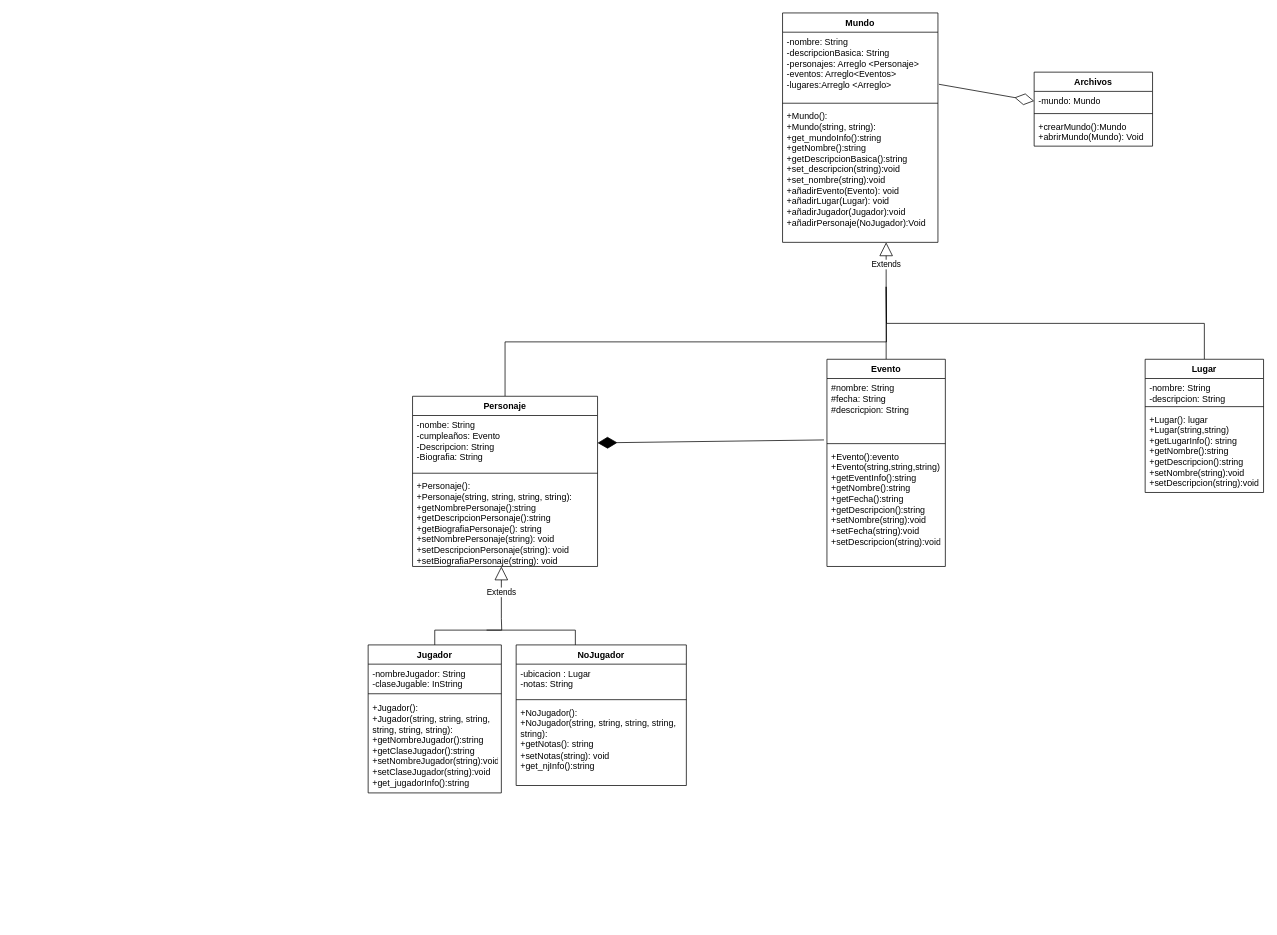
Above: Diagrama sin título.drawio in Jh700wolf/Worldbuilding-tool (draw.io), before the change. Source tidied: cells renumbered, new cells numbered last; positions are measured from the earlier drawing's top-left corner, leaving out a move shared by most shapes. Both pictures are drawn from the tidied source at 74%, with x=0, y=0 at pixel (368, 13).
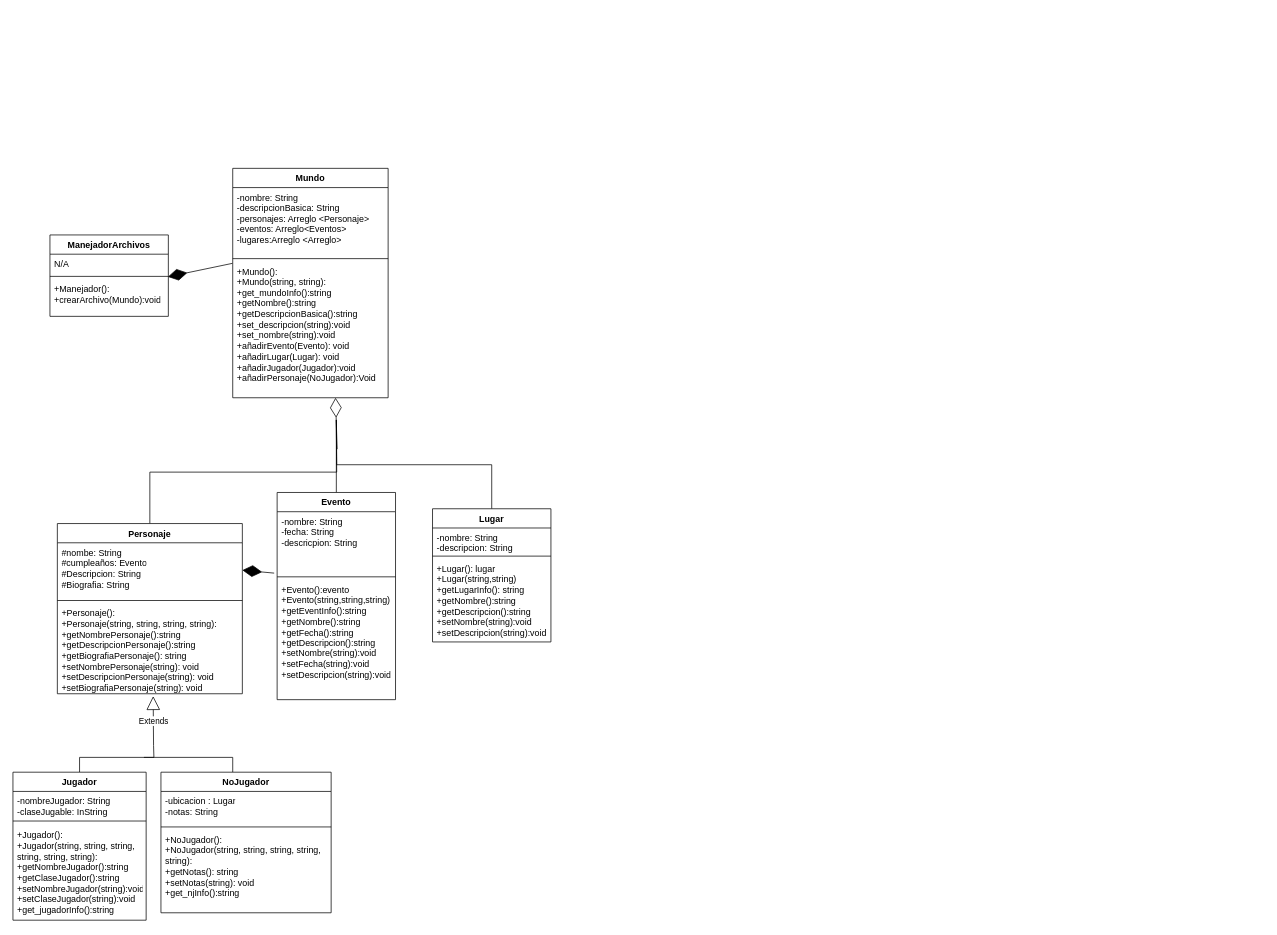
After the change.

The change refers to these unchanged cells:
```xml
<mxCell id="3" value="-nombre: String&lt;br&gt;-descripcionBasica: String&lt;br&gt;-personajes: Arreglo &amp;lt;Personaje&amp;gt;&lt;br&gt;-eventos: Arreglo&amp;lt;Eventos&amp;gt;&lt;br&gt;-lugares:Arreglo &amp;lt;Arreglo&amp;gt;" style="text;strokeColor=none;fillColor=none;align=left;verticalAlign=top;spacingLeft=4;spacingRight=4;overflow=hidden;points=[[0,0.5],[1,0.5]];portConstraint=eastwest;whiteSpace=wrap;html=1;" parent="2" vertex="1">
  <mxGeometry y="26" width="210" height="92" as="geometry" />
</mxCell>
<mxCell id="5" value="+Mundo():&lt;br&gt;+Mundo(string, string):&lt;br&gt;+get_mundoInfo():string&lt;br&gt;+getNombre():string&lt;br&gt;+getDescripcionBasica():string&lt;br&gt;+set_descripcion(string):void&lt;br&gt;+set_nombre(string):void&lt;br&gt;+añadirEvento(Evento): void&lt;br&gt;+añadirLugar(Lugar): void&lt;br&gt;+añadirJugador(Jugador):void&lt;br&gt;+añadirPersonaje(NoJugador):Void&lt;br&gt;" style="text;strokeColor=none;fillColor=none;align=left;verticalAlign=top;spacingLeft=4;spacingRight=4;overflow=hidden;points=[[0,0.5],[1,0.5]];portConstraint=eastwest;whiteSpace=wrap;html=1;" parent="2" vertex="1">
  <mxGeometry y="126" width="210" height="184" as="geometry" />
</mxCell>
<mxCell id="10" value="+Personaje():&lt;br&gt;+Personaje(string, string, string, string):&lt;br&gt;+getNombrePersonaje():string&lt;br&gt;+getDescripcionPersonaje():string&lt;br&gt;+getBiografiaPersonaje(): string&lt;br&gt;+setNombrePersonaje(string): void&lt;br style=&quot;border-color: var(--border-color);&quot;&gt;+setDescripcionPersonaje(string): void&lt;br style=&quot;border-color: var(--border-color);&quot;&gt;+setBiografiaPersonaje(string): void" style="text;strokeColor=none;fillColor=none;align=left;verticalAlign=top;spacingLeft=4;spacingRight=4;overflow=hidden;points=[[0,0.5],[1,0.5]];portConstraint=eastwest;whiteSpace=wrap;html=1;" parent="7" vertex="1">
  <mxGeometry y="108" width="250" height="122" as="geometry" />
</mxCell>
```

The edit, as a diff of the source:
```diff
@@
     <mxCell id="2" value="Mundo" style="swimlane;fontStyle=1;align=center;verticalAlign=top;horizontal=1;startSize=26;whiteSpace=wrap;html=1;" parent="1" vertex="1">
-      <mxGeometry x="560" width="210" height="310" as="geometry" />
+      <mxGeometry x="-183" y="210" width="210" height="310" as="geometry" />
     </mxCell>
@@
     <mxCell id="6" style="edgeStyle=orthogonalEdgeStyle;rounded=0;jettySize=auto;html=1;exitX=0.5;exitY=0;exitDx=0;exitDy=0;endArrow=none;endFill=0;" parent="1" edge="1" source="7">
       <mxGeometry relative="1" as="geometry">
-        <mxPoint x="700" y="370" as="targetPoint" />
+        <mxPoint x="-43" y="550" as="targetPoint" />
       </mxGeometry>
     </mxCell>
     <mxCell id="7" value="Personaje" style="swimlane;fontStyle=1;align=center;verticalAlign=top;horizontal=1;startSize=26;whiteSpace=wrap;html=1;" parent="1" vertex="1">
-      <mxGeometry x="60" y="518" width="250" height="230" as="geometry" />
+      <mxGeometry x="-420" y="690" width="250" height="230" as="geometry" />
     </mxCell>
-    <mxCell id="8" value="-nombe: String&lt;br&gt;-cumpleaños: Evento&lt;br&gt;-Descripcion: String&lt;br&gt;-Biografia: String" style="text;strokeColor=none;fillColor=none;align=left;verticalAlign=top;spacingLeft=4;spacingRight=4;overflow=hidden;points=[[0,0.5],[1,0.5]];portConstraint=eastwest;whiteSpace=wrap;html=1;" parent="7" vertex="1">
+    <mxCell id="8" value="#nombe: String&lt;br&gt;#cumpleaños: Evento&lt;br&gt;#Descripcion: String&lt;br&gt;#Biografia: String" style="text;strokeColor=none;fillColor=none;align=left;verticalAlign=top;spacingLeft=4;spacingRight=4;overflow=hidden;points=[[0,0.5],[1,0.5]];portConstraint=eastwest;whiteSpace=wrap;html=1;" parent="7" vertex="1">
       <mxGeometry y="26" width="250" height="74" as="geometry" />
     </mxCell>
@@
     <mxCell id="11" style="edgeStyle=orthogonalEdgeStyle;rounded=0;jettySize=auto;html=1;exitX=0.5;exitY=0;exitDx=0;exitDy=0;endArrow=none;endFill=0;" parent="1" edge="1" source="12">
       <mxGeometry relative="1" as="geometry">
-        <mxPoint x="700" y="370" as="targetPoint" />
+        <mxPoint x="-43" y="550" as="targetPoint" />
       </mxGeometry>
     </mxCell>
     <mxCell id="12" value="Evento" style="swimlane;fontStyle=1;align=center;verticalAlign=top;horizontal=1;startSize=26;whiteSpace=wrap;html=1;" parent="1" vertex="1">
-      <mxGeometry x="620" y="468" width="160" height="280" as="geometry" />
+      <mxGeometry x="-123" y="648" width="160" height="280" as="geometry" />
     </mxCell>
-    <mxCell id="13" value="#nombre: String&lt;br&gt;#fecha: String&lt;br&gt;#descricpion: String" style="text;strokeColor=none;fillColor=none;align=left;verticalAlign=top;spacingLeft=4;spacingRight=4;overflow=hidden;points=[[0,0.5],[1,0.5]];portConstraint=eastwest;whiteSpace=wrap;html=1;" parent="12" vertex="1">
+    <mxCell id="13" value="-nombre: String&lt;br&gt;-fecha: String&lt;br&gt;-descricpion: String" style="text;strokeColor=none;fillColor=none;align=left;verticalAlign=top;spacingLeft=4;spacingRight=4;overflow=hidden;points=[[0,0.5],[1,0.5]];portConstraint=eastwest;whiteSpace=wrap;html=1;" parent="12" vertex="1">
       <mxGeometry y="26" width="160" height="84" as="geometry" />
     </mxCell>
@@
     <mxCell id="16" style="edgeStyle=orthogonalEdgeStyle;rounded=0;jettySize=auto;html=1;exitX=0.5;exitY=0;exitDx=0;exitDy=0;endArrow=none;endFill=0;" parent="1" edge="1" source="17">
       <mxGeometry relative="1" as="geometry">
-        <mxPoint x="700" y="370" as="targetPoint" />
+        <mxPoint x="-43" y="550" as="targetPoint" />
       </mxGeometry>
     </mxCell>
     <mxCell id="17" value="Lugar" style="swimlane;fontStyle=1;align=center;verticalAlign=top;horizontal=1;startSize=26;whiteSpace=wrap;html=1;" parent="1" vertex="1">
-      <mxGeometry x="1050" y="468" width="160" height="180" as="geometry" />
+      <mxGeometry x="87" y="670" width="160" height="180" as="geometry" />
     </mxCell>
@@
-    <mxCell id="21" value="Archivos" style="swimlane;fontStyle=1;align=center;verticalAlign=top;horizontal=1;startSize=26;whiteSpace=wrap;html=1;" parent="1" vertex="1">
-      <mxGeometry x="900" y="80" width="160" height="100" as="geometry" />
-    </mxCell>
-    <mxCell id="22" value="-mundo: Mundo" style="text;strokeColor=none;fillColor=none;align=left;verticalAlign=top;spacingLeft=4;spacingRight=4;overflow=hidden;points=[[0,0.5],[1,0.5]];portConstraint=eastwest;whiteSpace=wrap;html=1;" parent="21" vertex="1">
-      <mxGeometry y="26" width="160" height="26" as="geometry" />
-    </mxCell>
-    <mxCell id="23" style="line;strokeWidth=1;fillColor=none;align=left;verticalAlign=middle;spacingTop=-1;spacingLeft=3;spacingRight=3;labelPosition=right;strokeColor=inherit;" parent="21" vertex="1">
-      <mxGeometry y="52" width="160" height="8" as="geometry" />
-    </mxCell>
-    <mxCell id="24" value="+crearMundo():Mundo&lt;br&gt;+abrirMundo(Mundo): Void" style="text;strokeColor=none;fillColor=none;align=left;verticalAlign=top;spacingLeft=4;spacingRight=4;overflow=hidden;whiteSpace=wrap;html=1;" parent="21" vertex="1">
-      <mxGeometry y="60" width="160" height="40" as="geometry" />
-    </mxCell>
-    <mxCell id="25" style="endArrow=diamondThin;endFill=0;endSize=24;html=1;rounded=0;entryX=0;entryY=0.5;entryDx=0;entryDy=0;exitX=1.006;exitY=0.765;exitDx=0;exitDy=0;exitPerimeter=0;" parent="1" edge="1" source="3" target="22">
-      <mxGeometry relative="1" as="geometry" />
-    </mxCell>
     <mxCell id="26" style="edgeStyle=orthogonalEdgeStyle;rounded=0;orthogonalLoop=1;jettySize=auto;html=1;endArrow=none;endFill=0;" parent="1" edge="1">
       <mxGeometry relative="1" as="geometry">
-        <mxPoint x="280" y="854" as="sourcePoint" />
-        <mxPoint x="160" y="834" as="targetPoint" />
+        <mxPoint x="-183" y="1026" as="sourcePoint" />
+        <mxPoint x="-303" y="1006" as="targetPoint" />
         <Array as="points">
-          <mxPoint x="280" y="834" />
+          <mxPoint x="-183" y="1006" />
         </Array>
       </mxGeometry>
     </mxCell>
-    <mxCell id="27" value="Extends" style="endArrow=block;endSize=16;endFill=0;html=1;rounded=0;" parent="1" edge="1">
-      <mxGeometry relative="1" as="geometry">
-        <mxPoint x="180" y="818" as="sourcePoint" />
-        <mxPoint x="180" y="748" as="targetPoint" />
-      </mxGeometry>
-    </mxCell>
-    <mxCell id="28" style="edgeStyle=orthogonalEdgeStyle;rounded=0;jettySize=auto;html=1;exitX=0.5;exitY=0;exitDx=0;exitDy=0;endArrow=none;endFill=0;" parent="1" edge="1" source="29">
-      <mxGeometry relative="1" as="geometry">
-        <mxPoint x="180" y="818" as="targetPoint" />
-      </mxGeometry>
-    </mxCell>
+    <mxCell id="39" style="edgeStyle=orthogonalEdgeStyle;rounded=0;jettySize=auto;html=1;exitX=0.5;exitY=0;exitDx=0;exitDy=0;endArrow=none;endFill=0;" parent="1" edge="1" source="29">
+      <mxGeometry relative="1" as="geometry">
+        <mxPoint x="-290" y="990" as="targetPoint" />
+      </mxGeometry>
+    </mxCell>
     <mxCell id="29" value="Jugador" style="swimlane;fontStyle=1;align=center;verticalAlign=top;horizontal=1;startSize=26;whiteSpace=wrap;html=1;" parent="1" vertex="1">
-      <mxGeometry y="854" width="180" height="200" as="geometry" />
+      <mxGeometry x="-480" y="1026" width="180" height="200" as="geometry" />
     </mxCell>
@@
     <mxCell id="33" value="NoJugador" style="swimlane;fontStyle=1;align=center;verticalAlign=top;horizontal=1;startSize=26;whiteSpace=wrap;html=1;" parent="1" vertex="1">
-      <mxGeometry x="200" y="854" width="230" height="190" as="geometry" />
+      <mxGeometry x="-280" y="1026" width="230" height="190" as="geometry" />
     </mxCell>
@@
-    <mxCell id="37" value="Extends" style="endArrow=block;endSize=16;endFill=0;html=1;rounded=0;" parent="1" edge="1">
-      <mxGeometry relative="1" as="geometry">
-        <mxPoint x="700" y="370" as="sourcePoint" />
-        <mxPoint x="700" y="310" as="targetPoint" />
-      </mxGeometry>
-    </mxCell>
@@
+    <mxCell id="40" value="ManejadorArchivos" style="swimlane;fontStyle=1;align=center;verticalAlign=top;horizontal=1;startSize=26;whiteSpace=wrap;html=1;" parent="1" vertex="1">
+      <mxGeometry x="-430" y="300" width="160" height="110" as="geometry" />
+    </mxCell>
+    <mxCell id="41" value="N/A" style="text;strokeColor=none;fillColor=none;align=left;verticalAlign=top;spacingLeft=4;spacingRight=4;overflow=hidden;whiteSpace=wrap;html=1;" parent="40" vertex="1">
+      <mxGeometry y="26" width="160" height="26" as="geometry" />
+    </mxCell>
+    <mxCell id="23" style="line;strokeWidth=1;fillColor=none;align=left;verticalAlign=middle;spacingTop=-1;spacingLeft=3;spacingRight=3;labelPosition=right;strokeColor=inherit;" parent="40" vertex="1">
+      <mxGeometry y="52" width="160" height="8" as="geometry" />
+    </mxCell>
+    <mxCell id="42" value="+Manejador():&lt;br&gt;+crearArchivo(Mundo):void" style="text;strokeColor=none;fillColor=none;align=left;verticalAlign=top;spacingLeft=4;spacingRight=4;overflow=hidden;points=[[0,0.5],[1,0.5]];portConstraint=eastwest;whiteSpace=wrap;html=1;" parent="40" vertex="1">
+      <mxGeometry y="60" width="160" height="50" as="geometry" />
+    </mxCell>
+    <mxCell id="43" style="endArrow=diamondThin;endFill=1;endSize=24;html=1;rounded=0;entryX=0.996;entryY=-0.069;entryDx=0;entryDy=0;entryPerimeter=0;exitX=-0.002;exitY=0.013;exitDx=0;exitDy=0;exitPerimeter=0;" parent="1" edge="1" source="5" target="42">
+      <mxGeometry relative="1" as="geometry" />
+    </mxCell>
+    <mxCell id="44" style="endArrow=diamondThin;endFill=0;endSize=24;html=1;rounded=0;entryX=0.623;entryY=1.003;entryDx=0;entryDy=0;entryPerimeter=0;" parent="1" edge="1">
+      <mxGeometry relative="1" as="geometry">
+        <mxPoint x="-41.9" y="589.5" as="sourcePoint" />
+        <mxPoint x="-44.1" y="520" as="targetPoint" />
+      </mxGeometry>
+    </mxCell>
+    <mxCell id="45" value="Extends" style="endArrow=block;endSize=16;endFill=0;html=1;rounded=0;entryX=0.518;entryY=1.027;entryDx=0;entryDy=0;entryPerimeter=0;" parent="1" edge="1" target="10">
+      <mxGeometry relative="1" as="geometry">
+        <mxPoint x="-290" y="990" as="sourcePoint" />
+      </mxGeometry>
+    </mxCell>
```
